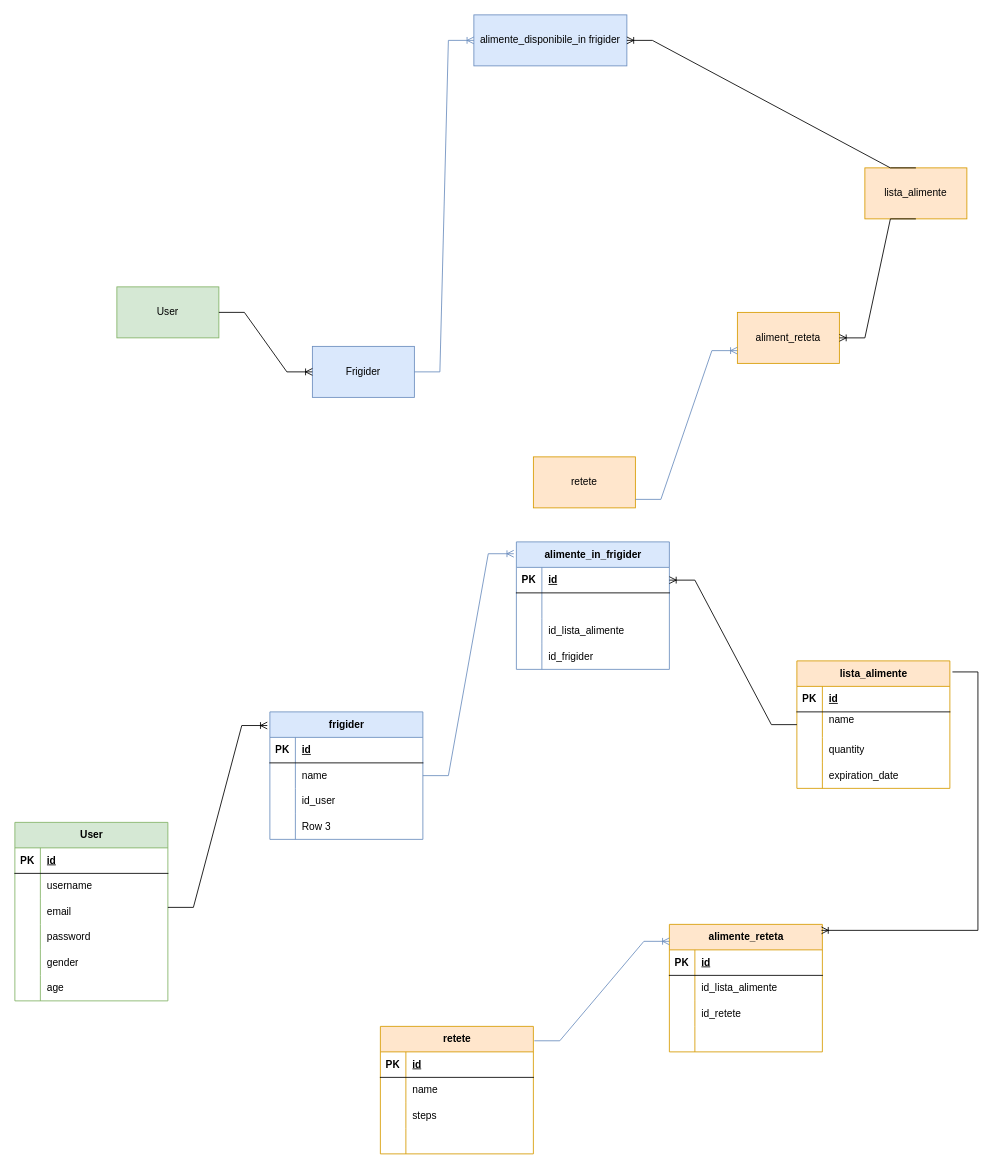
This is Diagramă fără titlu.drawio from VictorCiocan/MyFridgeRecipes, a draw.io file, before an edit. Source tidied: cells renumbered, new cells numbered last; positions are measured from the earlier drawing's top-left corner, leaving out a move shared by most shapes. Both pictures are drawn from the tidied source at 85%, with x=0, y=0 at pixel (14, 14).
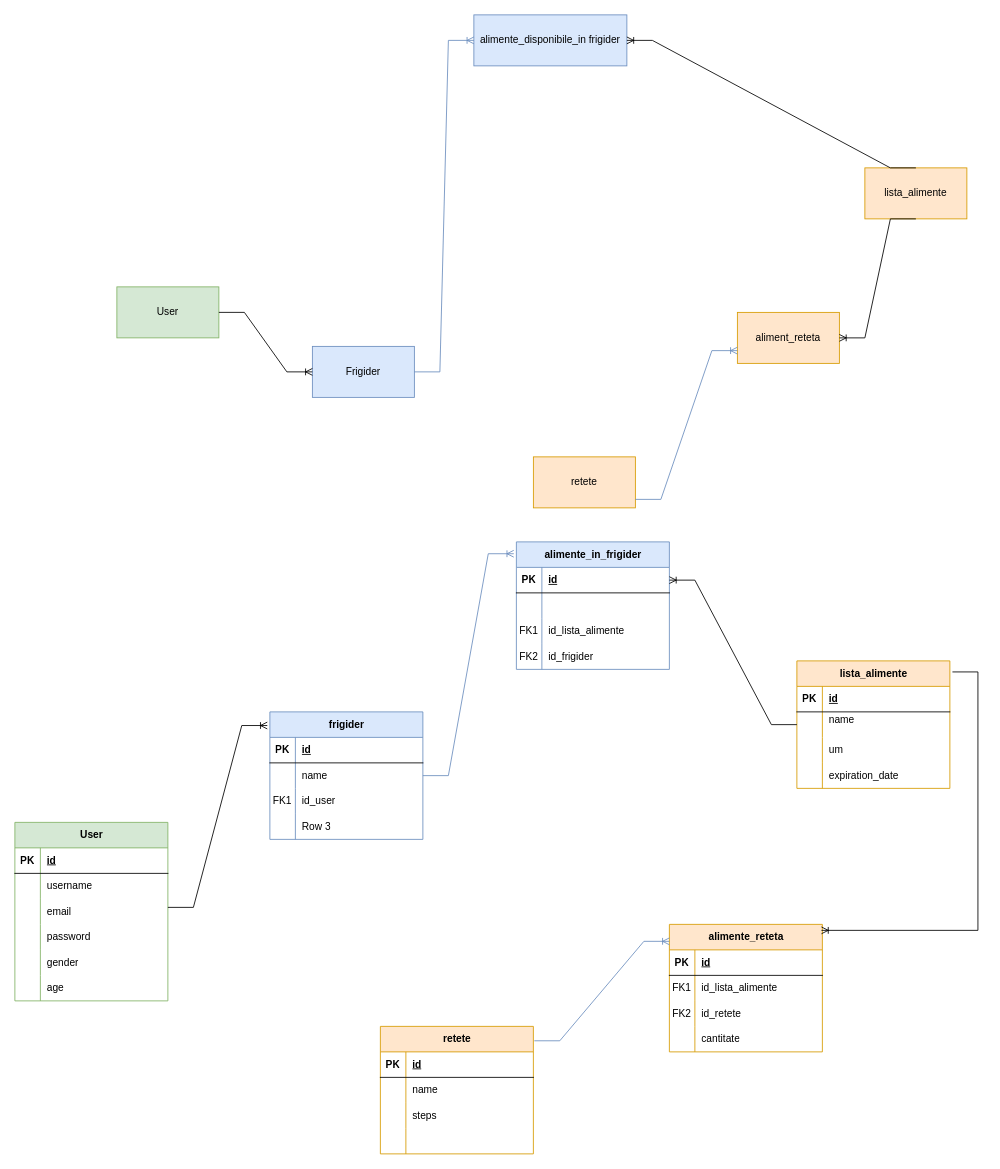
After the change.

Unchanged cells that the change refers to:
```xml
<mxCell id="39" style="shape=tableRow;horizontal=0;startSize=0;swimlaneHead=0;swimlaneBody=0;fillColor=none;top=0;left=0;right=0;bottom=0;" parent="32" vertex="1">
  <mxGeometry y="90" width="180" height="30" as="geometry" />
</mxCell>
<mxCell id="42" style="shape=tableRow;horizontal=0;startSize=0;swimlaneHead=0;swimlaneBody=0;fillColor=none;top=0;left=0;right=0;bottom=0;" parent="32" vertex="1">
  <mxGeometry y="120" width="180" height="30" as="geometry" />
</mxCell>
<mxCell id="52" style="shape=tableRow;horizontal=0;startSize=0;swimlaneHead=0;swimlaneBody=0;fillColor=none;top=0;left=0;right=0;bottom=0;" parent="45" vertex="1">
  <mxGeometry y="90" width="180" height="30" as="geometry" />
</mxCell>
<mxCell id="65" style="shape=tableRow;horizontal=0;startSize=0;swimlaneHead=0;swimlaneBody=0;fillColor=none;top=0;left=0;right=0;bottom=0;" parent="58" vertex="1">
  <mxGeometry y="90" width="180" height="30" as="geometry" />
</mxCell>
<mxCell id="75" style="shape=tableRow;horizontal=0;startSize=0;swimlaneHead=0;swimlaneBody=0;fillColor=none;top=0;left=0;right=0;bottom=0;" parent="71" vertex="1">
  <mxGeometry y="60" width="180" height="30" as="geometry" />
</mxCell>
<mxCell id="78" style="shape=tableRow;horizontal=0;startSize=0;swimlaneHead=0;swimlaneBody=0;fillColor=none;top=0;left=0;right=0;bottom=0;" parent="71" vertex="1">
  <mxGeometry y="90" width="180" height="30" as="geometry" />
</mxCell>
<mxCell id="81" style="shape=tableRow;horizontal=0;startSize=0;swimlaneHead=0;swimlaneBody=0;fillColor=none;top=0;left=0;right=0;bottom=0;" parent="71" vertex="1">
  <mxGeometry y="120" width="180" height="30" as="geometry" />
</mxCell>
```

Diff of the diagram source:
```diff
@@
-    <mxCell id="40" style="shape=partialRectangle;fillColor=none;top=0;left=0;bottom=0;right=0;overflow=hidden;whiteSpace=wrap;html=1;" parent="39" vertex="1">
+    <mxCell id="40" value="FK1" style="shape=partialRectangle;fillColor=none;top=0;left=0;bottom=0;right=0;overflow=hidden;whiteSpace=wrap;html=1;" parent="39" vertex="1">
       <mxGeometry width="30" height="30" as="geometry" />
     </mxCell>
@@
-    <mxCell id="43" style="shape=partialRectangle;fillColor=none;top=0;left=0;bottom=0;right=0;overflow=hidden;whiteSpace=wrap;html=1;" parent="42" vertex="1">
+    <mxCell id="43" value="FK2" style="shape=partialRectangle;fillColor=none;top=0;left=0;bottom=0;right=0;overflow=hidden;whiteSpace=wrap;html=1;" parent="42" vertex="1">
       <mxGeometry width="30" height="30" as="geometry" />
     </mxCell>
@@
-    <mxCell id="54" value="quantity" style="shape=partialRectangle;fillColor=none;top=0;left=0;bottom=0;right=0;align=left;spacingLeft=6;overflow=hidden;whiteSpace=wrap;html=1;" parent="52" vertex="1">
+    <mxCell id="54" value="um" style="shape=partialRectangle;fillColor=none;top=0;left=0;bottom=0;right=0;align=left;spacingLeft=6;overflow=hidden;whiteSpace=wrap;html=1;" parent="52" vertex="1">
       <mxGeometry x="30" width="150" height="30" as="geometry" />
     </mxCell>
@@
-    <mxCell id="66" style="shape=partialRectangle;fillColor=none;top=0;left=0;bottom=0;right=0;overflow=hidden;whiteSpace=wrap;html=1;" parent="65" vertex="1">
+    <mxCell id="66" value="FK1" style="shape=partialRectangle;fillColor=none;top=0;left=0;bottom=0;right=0;overflow=hidden;whiteSpace=wrap;html=1;" parent="65" vertex="1">
       <mxGeometry width="30" height="30" as="geometry" />
     </mxCell>
@@
-    <mxCell id="76" style="shape=partialRectangle;fillColor=none;top=0;left=0;bottom=0;right=0;overflow=hidden;whiteSpace=wrap;html=1;" parent="75" vertex="1">
+    <mxCell id="76" value="FK1" style="shape=partialRectangle;fillColor=none;top=0;left=0;bottom=0;right=0;overflow=hidden;whiteSpace=wrap;html=1;" parent="75" vertex="1">
       <mxGeometry width="30" height="30" as="geometry" />
     </mxCell>
@@
-    <mxCell id="79" style="shape=partialRectangle;fillColor=none;top=0;left=0;bottom=0;right=0;overflow=hidden;whiteSpace=wrap;html=1;" parent="78" vertex="1">
+    <mxCell id="79" value="FK2" style="shape=partialRectangle;fillColor=none;top=0;left=0;bottom=0;right=0;overflow=hidden;whiteSpace=wrap;html=1;" parent="78" vertex="1">
       <mxGeometry width="30" height="30" as="geometry" />
     </mxCell>
@@
-    <mxCell id="83" style="shape=partialRectangle;fillColor=none;top=0;left=0;bottom=0;right=0;align=left;spacingLeft=6;overflow=hidden;whiteSpace=wrap;html=1;" parent="81" vertex="1">
+    <mxCell id="83" value="cantitate" style="shape=partialRectangle;fillColor=none;top=0;left=0;bottom=0;right=0;align=left;spacingLeft=6;overflow=hidden;whiteSpace=wrap;html=1;" parent="81" vertex="1">
       <mxGeometry x="30" width="150" height="30" as="geometry" />
     </mxCell>
```
